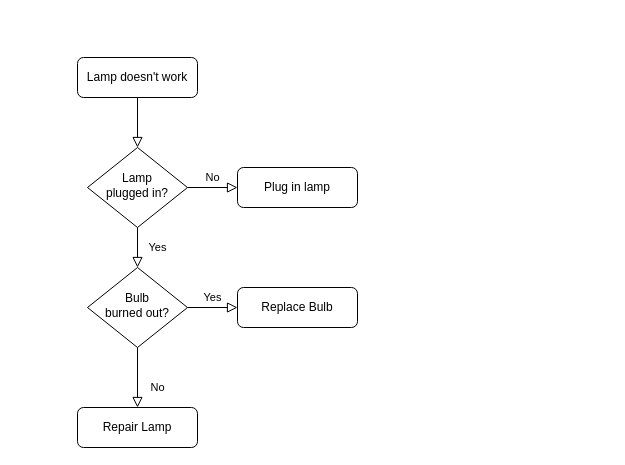
Before: Untitled Diagram.drawio in AndriiSkosariev/qadec21-AndriiSkosariev, a draw.io diagram. Source tidied: cells renumbered, new cells numbered last; positions are measured from the earlier drawing's top-left corner, leaving out a move shared by most shapes. Both pictures are drawn from the tidied source at 100%, with x=0, y=0 at pixel (77, 57).
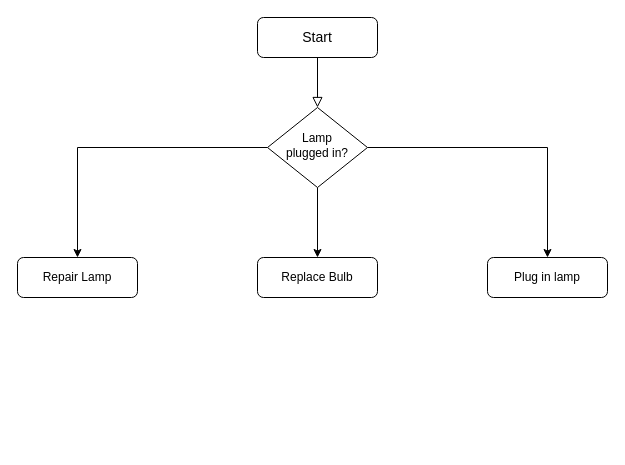
The same diagram, later.

The edit, as a diff of the source:
```diff
@@
 <mxGraphModel>
   <root>
     <mxCell id="0" />
     <mxCell id="1" parent="0" />
     <mxCell id="2" style="rounded=0;html=1;jettySize=auto;fontSize=11;endArrow=block;endFill=0;endSize=8;strokeWidth=1;shadow=0;labelBackgroundColor=none;edgeStyle=orthogonalEdgeStyle;" parent="1" edge="1" source="3" target="6">
-      <mxGeometry relative="1" as="geometry" />
+      <mxGeometry relative="1" as="geometry">
+        <Array as="points">
+          <mxPoint x="240" y="40" />
+          <mxPoint x="240" y="40" />
+        </Array>
+      </mxGeometry>
     </mxCell>
-    <mxCell id="3" value="Lamp doesn't work" style="rounded=1;whiteSpace=wrap;html=1;fontSize=12;glass=0;strokeWidth=1;shadow=0;" parent="1" vertex="1">
-      <mxGeometry width="120" height="40" as="geometry" />
+    <mxCell id="3" value="&lt;font style=&quot;font-size: 14px&quot;&gt;Start&lt;/font&gt;" style="rounded=1;whiteSpace=wrap;html=1;fontSize=12;glass=0;strokeWidth=1;shadow=0;" parent="1" vertex="1">
+      <mxGeometry x="180" y="-40" width="120" height="40" as="geometry" />
     </mxCell>
-    <mxCell id="4" value="Yes" style="rounded=0;html=1;jettySize=auto;fontSize=11;endArrow=block;endFill=0;endSize=8;strokeWidth=1;shadow=0;labelBackgroundColor=none;edgeStyle=orthogonalEdgeStyle;" parent="1" edge="1" source="6" target="10">
-      <mxGeometry y="20" relative="1" as="geometry" />
-    </mxCell>
-    <mxCell id="5" value="No" style="edgeStyle=orthogonalEdgeStyle;rounded=0;html=1;jettySize=auto;fontSize=11;endArrow=block;endFill=0;endSize=8;strokeWidth=1;shadow=0;labelBackgroundColor=none;" parent="1" edge="1" source="6" target="7">
-      <mxGeometry y="10" relative="1" as="geometry" />
+    <mxCell id="5" style="edgeStyle=orthogonalEdgeStyle;rounded=0;jettySize=auto;html=1;fontSize=14;entryX=0.5;entryY=0;entryDx=0;entryDy=0;" parent="1" edge="1" source="6" target="7">
+      <mxGeometry relative="1" as="geometry" />
     </mxCell>
+    <mxCell id="13" style="edgeStyle=orthogonalEdgeStyle;rounded=0;jettySize=auto;html=1;entryX=0.5;entryY=0;entryDx=0;entryDy=0;fontSize=14;" parent="1" edge="1" source="6" target="12">
+      <mxGeometry relative="1" as="geometry" />
+    </mxCell>
+    <mxCell id="14" style="edgeStyle=orthogonalEdgeStyle;rounded=0;jettySize=auto;html=1;fontSize=14;entryX=0.5;entryY=0;entryDx=0;entryDy=0;" parent="1" edge="1" source="6" target="11">
+      <mxGeometry relative="1" as="geometry" />
+    </mxCell>
     <mxCell id="6" value="Lamp&lt;br&gt;plugged in?" style="rhombus;whiteSpace=wrap;html=1;shadow=0;fontFamily=Helvetica;fontSize=12;align=center;strokeWidth=1;spacing=6;spacingTop=-4;" parent="1" vertex="1">
-      <mxGeometry x="10" y="90" width="100" height="80" as="geometry" />
+      <mxGeometry x="190" y="50" width="100" height="80" as="geometry" />
     </mxCell>
     <mxCell id="7" value="Plug in lamp" style="rounded=1;whiteSpace=wrap;html=1;fontSize=12;glass=0;strokeWidth=1;shadow=0;" parent="1" vertex="1">
-      <mxGeometry x="160" y="110" width="120" height="40" as="geometry" />
+      <mxGeometry x="410" y="200" width="120" height="40" as="geometry" />
     </mxCell>
-    <mxCell id="8" value="No" style="rounded=0;html=1;jettySize=auto;fontSize=11;endArrow=block;endFill=0;endSize=8;strokeWidth=1;shadow=0;labelBackgroundColor=none;edgeStyle=orthogonalEdgeStyle;" parent="1" edge="1" source="10" target="11">
-      <mxGeometry x="0.33" y="20" relative="1" as="geometry" />
-    </mxCell>
-    <mxCell id="9" value="Yes" style="edgeStyle=orthogonalEdgeStyle;rounded=0;html=1;jettySize=auto;fontSize=11;endArrow=block;endFill=0;endSize=8;strokeWidth=1;shadow=0;labelBackgroundColor=none;" parent="1" edge="1" source="10" target="12">
-      <mxGeometry y="10" relative="1" as="geometry" />
-    </mxCell>
-    <mxCell id="10" value="Bulb&lt;br&gt;burned out?" style="rhombus;whiteSpace=wrap;html=1;shadow=0;fontFamily=Helvetica;fontSize=12;align=center;strokeWidth=1;spacing=6;spacingTop=-4;" parent="1" vertex="1">
-      <mxGeometry x="10" y="210" width="100" height="80" as="geometry" />
-    </mxCell>
+    <mxCell id="12" value="Replace Bulb" style="rounded=1;whiteSpace=wrap;html=1;fontSize=12;glass=0;strokeWidth=1;shadow=0;" parent="1" vertex="1">
+      <mxGeometry x="180" y="200" width="120" height="40" as="geometry" />
+    </mxCell>
     <mxCell id="11" value="Repair Lamp" style="rounded=1;whiteSpace=wrap;html=1;fontSize=12;glass=0;strokeWidth=1;shadow=0;" parent="1" vertex="1">
-      <mxGeometry y="350" width="120" height="40" as="geometry" />
+      <mxGeometry x="-60" y="200" width="120" height="40" as="geometry" />
     </mxCell>
-    <mxCell id="12" value="Replace Bulb" style="rounded=1;whiteSpace=wrap;html=1;fontSize=12;glass=0;strokeWidth=1;shadow=0;" parent="1" vertex="1">
-      <mxGeometry x="160" y="230" width="120" height="40" as="geometry" />
-    </mxCell>
   </root>
 </mxGraphModel>
```
